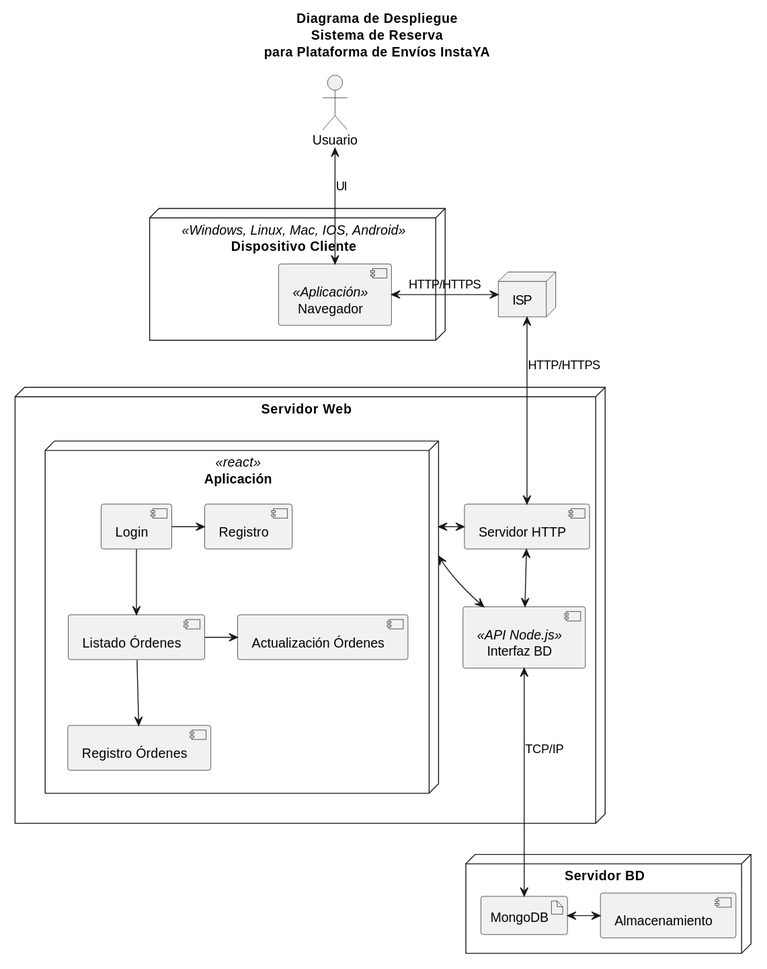
The PlantUML diagram assets-documento/diagrama-despliegue01.svg in proyectoCiclo4MinTic/instaYa, before a commit. Its diagram source:
```plantuml
@startuml


title Diagrama de Despliegue\nSistema de Reserva\npara Plataforma de Envíos InstaYA
actor "Usuario"


node "Dispositivo Cliente" <<Windows, Linux, Mac, IOS, Android>> {

    [Navegador] <<Aplicación>>

}

node "Servidor Web" {
    node "Aplicación" <<react>> {
        [Login]
        [Registro]
        [Listado Órdenes]
        [Registro Órdenes]
        [Actualización Órdenes]

    }
    component "Servidor HTTP"
    component "Interfaz BD" <<API Node.js>>
}

node "Servidor BD" {

    artifact "MongoDB"
    component "Almacenamiento"
}

node "ISP"

[Usuario] <--> [Navegador] : UI

[Navegador] <-> ISP : HTTP/HTTPS
ISP <--> [Servidor HTTP] : HTTP/HTTPS

Aplicación <-> [Servidor HTTP]
Aplicación <-> [Interfaz BD]
[Servidor HTTP] <--> [Interfaz BD]


[Interfaz BD] <---> [MongoDB] : TCP/IP
[MongoDB] <-> [Almacenamiento]

[Login] -> [Registro]
[Login] --> [Listado Órdenes]
[Listado Órdenes] -> [Actualización Órdenes]
[Listado Órdenes] --> [Registro Órdenes]

@enduml
```
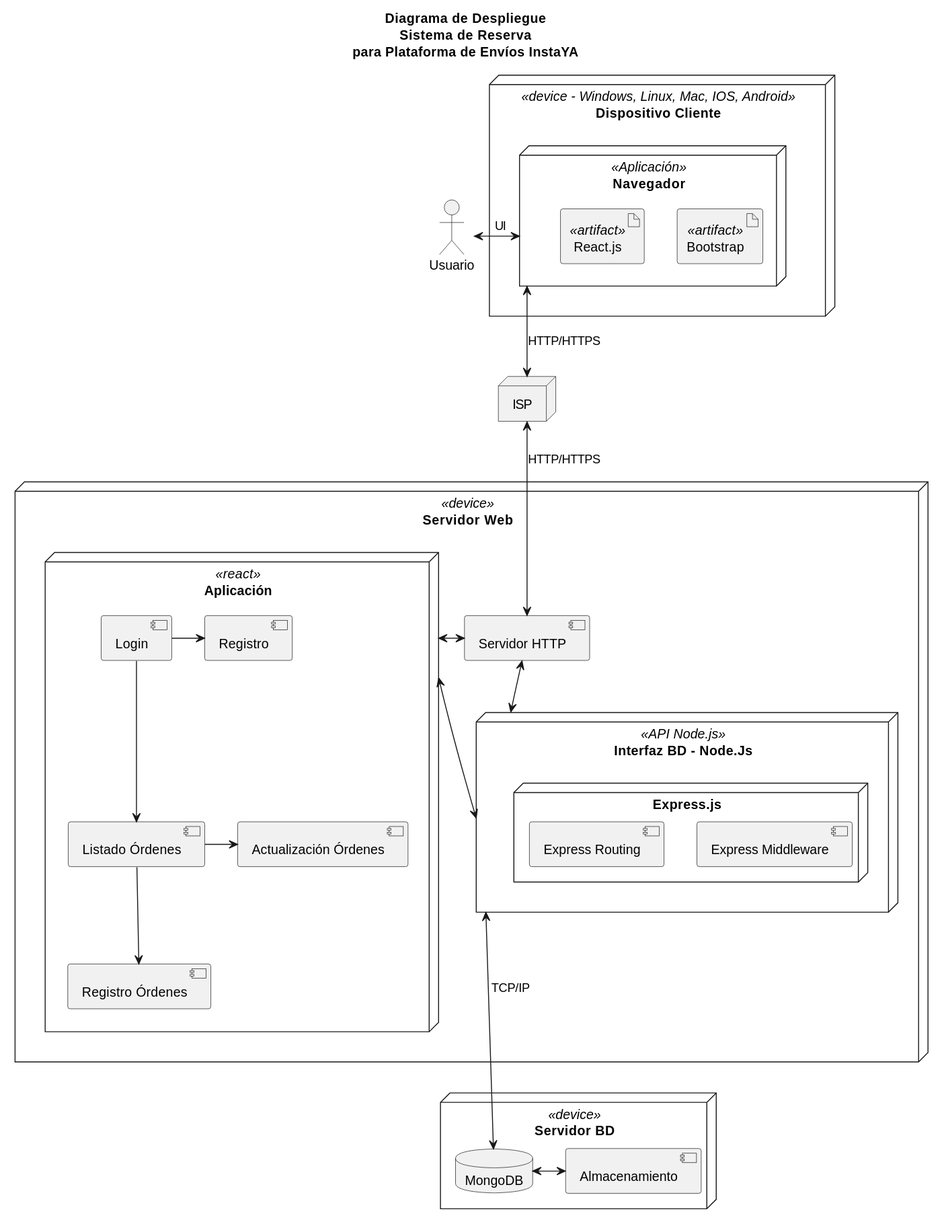
The same diagram one commit later.

Commit message:
commit README.md corrección diagrama to 'angel'

Change to the diagram source:
```diff
@@ -5,13 +5,16 @@
 actor "Usuario"
 
 
-node "Dispositivo Cliente" <<Windows, Linux, Mac, IOS, Android>> {
+node "Dispositivo Cliente" <<device - Windows, Linux, Mac, IOS, Android>> {
 
-    [Navegador] <<Aplicación>>
+    node Navegador <<Aplicación>> {
+        artifact Bootstrap <<artifact>>
+        artifact React.js <<artifact>>
+    }
 
 }
 
-node "Servidor Web" {
+node "Servidor Web" <<device>> {
     node "Aplicación" <<react>> {
         [Login]
         [Registro]
@@ -21,28 +24,35 @@
 
     }
     component "Servidor HTTP"
-    component "Interfaz BD" <<API Node.js>>
+    node "Interfaz BD - Node.Js" <<API Node.js>> as IBD {
+        node "Express.js" {
+            [Express Middleware]
+            [Express Routing]
+
+        }
+
+    }
 }
 
-node "Servidor BD" {
+node "Servidor BD" <<device>> {
 
-    artifact "MongoDB"
+    database "MongoDB"
     component "Almacenamiento"
 }
 
 node "ISP"
 
-[Usuario] <--> [Navegador] : UI
 
-[Navegador] <-> ISP : HTTP/HTTPS
+[Usuario] <-> Navegador : UI
+Navegador <--> ISP : HTTP/HTTPS
 ISP <--> [Servidor HTTP] : HTTP/HTTPS
 
 Aplicación <-> [Servidor HTTP]
-Aplicación <-> [Interfaz BD]
-[Servidor HTTP] <--> [Interfaz BD]
+Aplicación <-> IBD
+[Servidor HTTP] <--> IBD
 
 
-[Interfaz BD] <---> [MongoDB] : TCP/IP
+IBD <---> [MongoDB] : TCP/IP
 [MongoDB] <-> [Almacenamiento]
 
 [Login] -> [Registro]
```
